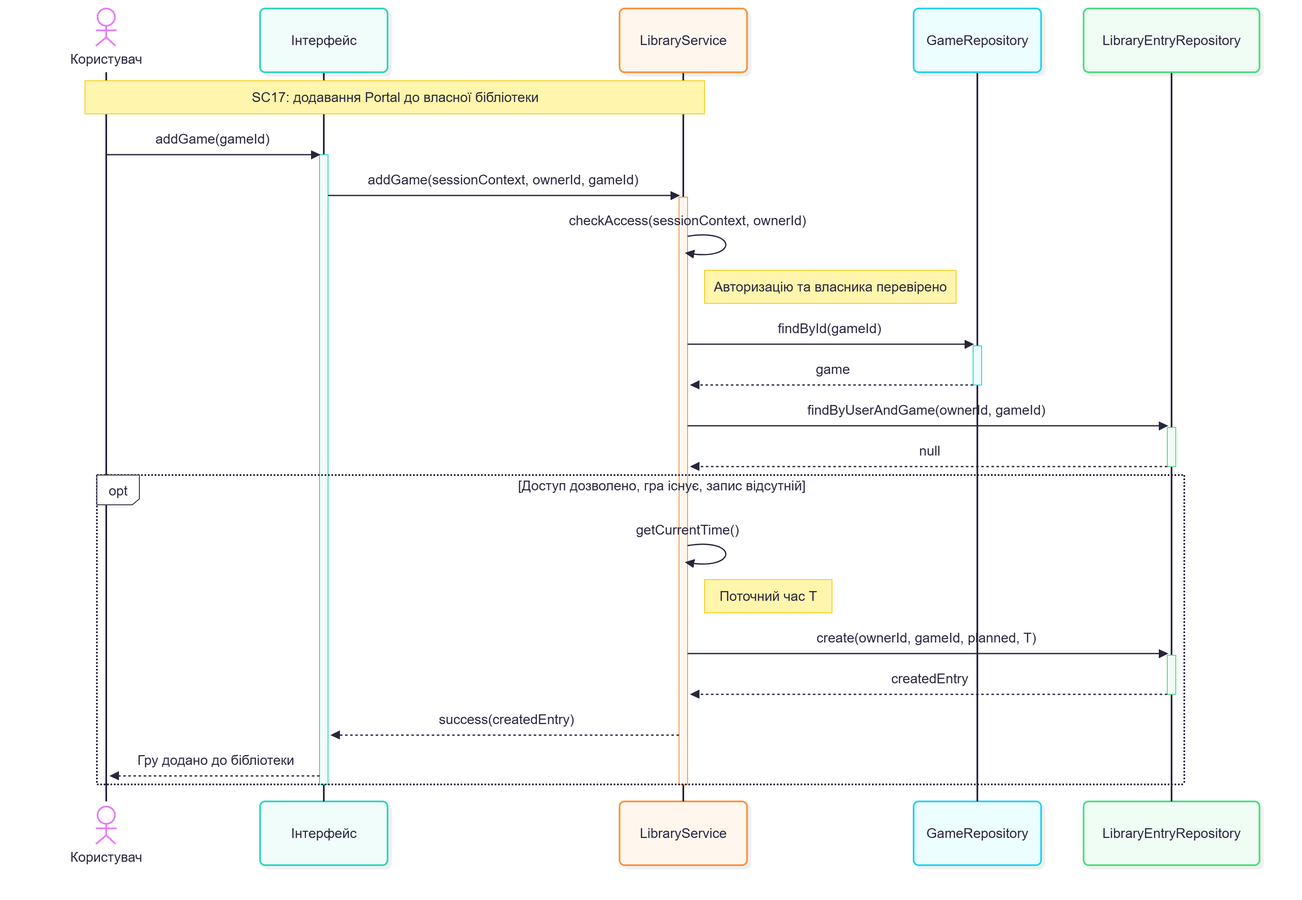
Bbg0kif/KPI keeps this Mermaid diagram as Lab3/sc17-add-game.png. Above is the earlier version. Its source is kept beside it as Lab3/sc17-add-game.mmd.
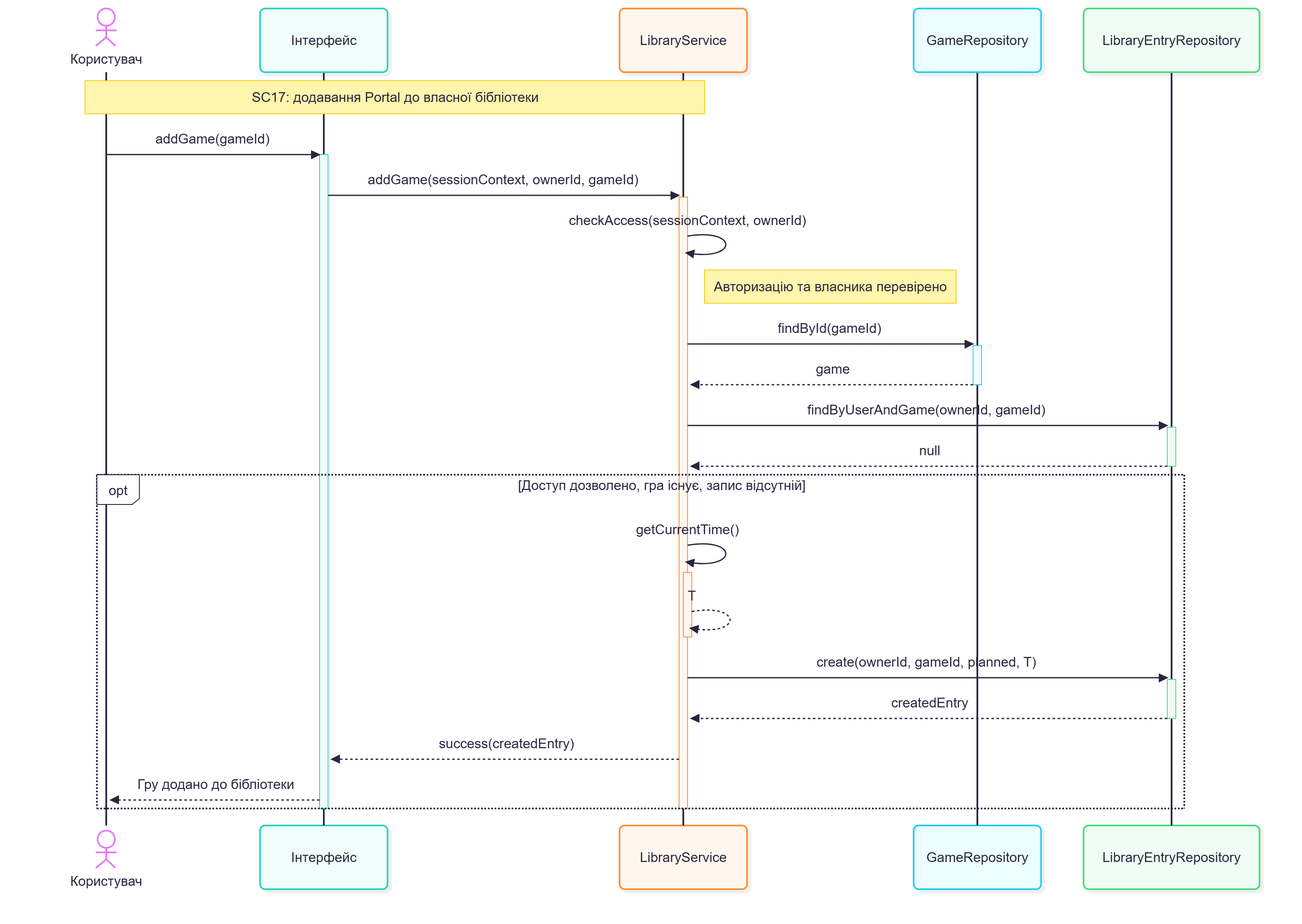
The same file after the commit.

Commit message:
show current time return in game addition

Change to the diagram source:
```diff
@@ -27,7 +27,9 @@
 
     opt Доступ дозволено, гра існує, запис відсутній
         LS->>LS: getCurrentTime()
-        Note right of LS: Поточний час T
+        activate LS
+        LS-->>LS: T
+        deactivate LS
 
         LS->>LR: create(ownerId, gameId, planned, T)
         activate LR
```
